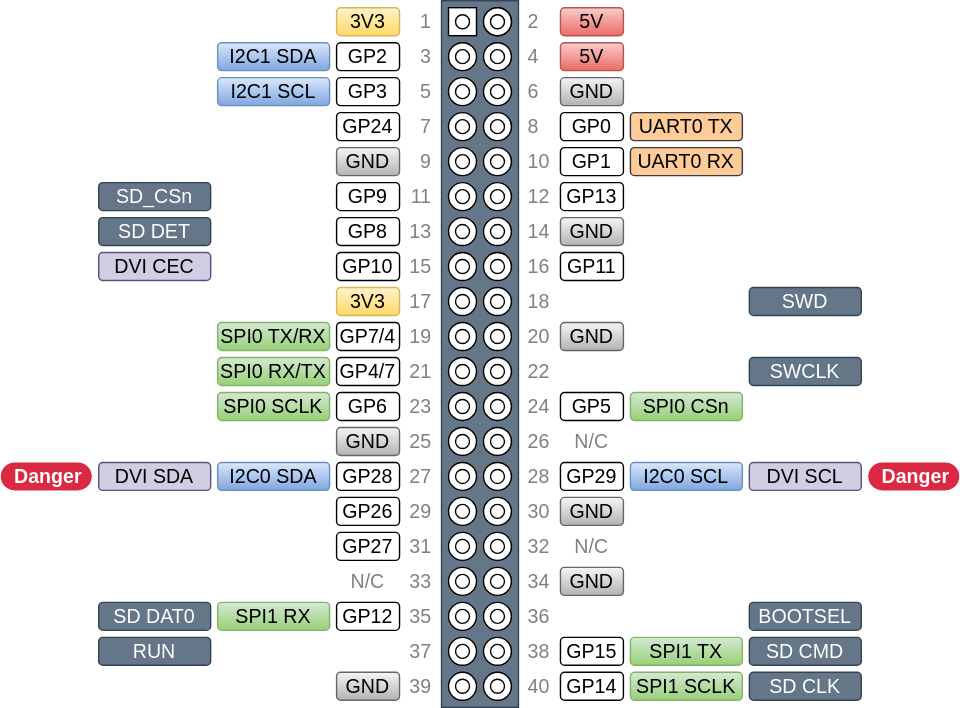
The draw.io diagram docs/assets/pinout.drawio.svg in DLehenbauer/faux-pi-zero, before a commit. Source tidied: cells renumbered, new cells last; positions are measured from the earlier drawing's top-left corner, leaving out a move shared by most shapes.
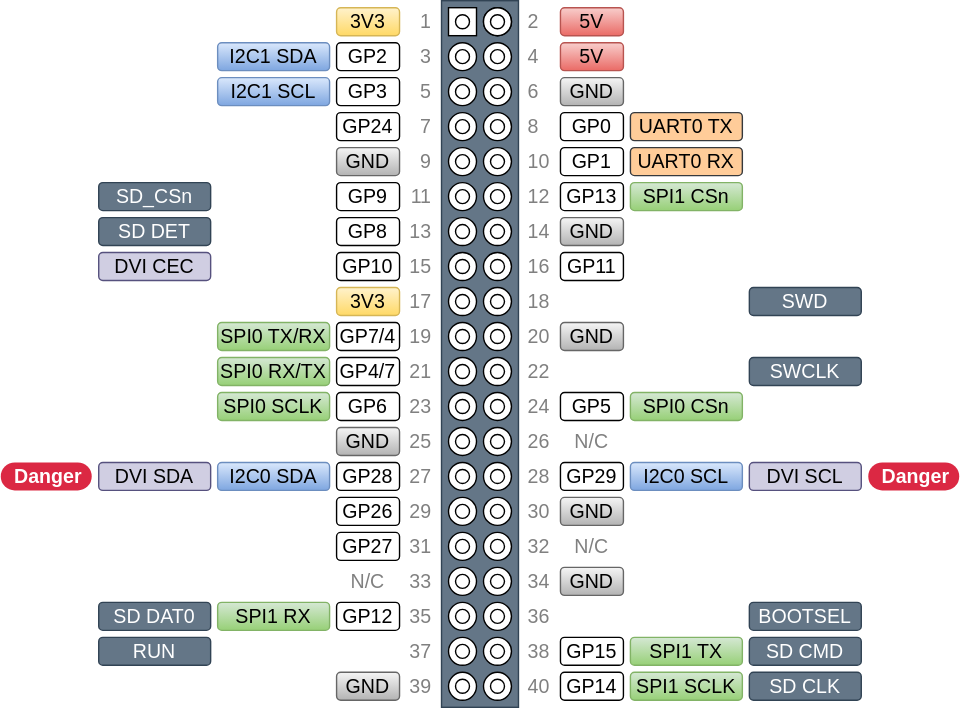
The same diagram one commit later.

Diff of the diagram source:
```diff
@@ -560,5 +560,8 @@
     <mxCell id="187" value="Danger" style="rounded=1;whiteSpace=wrap;html=1;arcSize=50;strokeColor=none;strokeWidth=1;fillColor=#DB2843;fontColor=#FFFFFF;whiteSpace=wrap;align=left;verticalAlign=middle;spacingLeft=0;fontStyle=1;fontSize=14;spacing=10;" parent="1" vertex="1">
       <mxGeometry x="620" y="330" width="65" height="20" as="geometry" />
     </mxCell>
+    <mxCell id="188" value="SPI1 CSn" style="rounded=1;whiteSpace=wrap;html=1;labelBackgroundColor=none;fontSize=14;fillColor=#d5e8d4;gradientColor=#97d077;strokeColor=#82b366;" parent="1" vertex="1">
+      <mxGeometry x="450" y="130" width="80" height="20" as="geometry" />
+    </mxCell>
   </root>
 </mxGraphModel>
```
